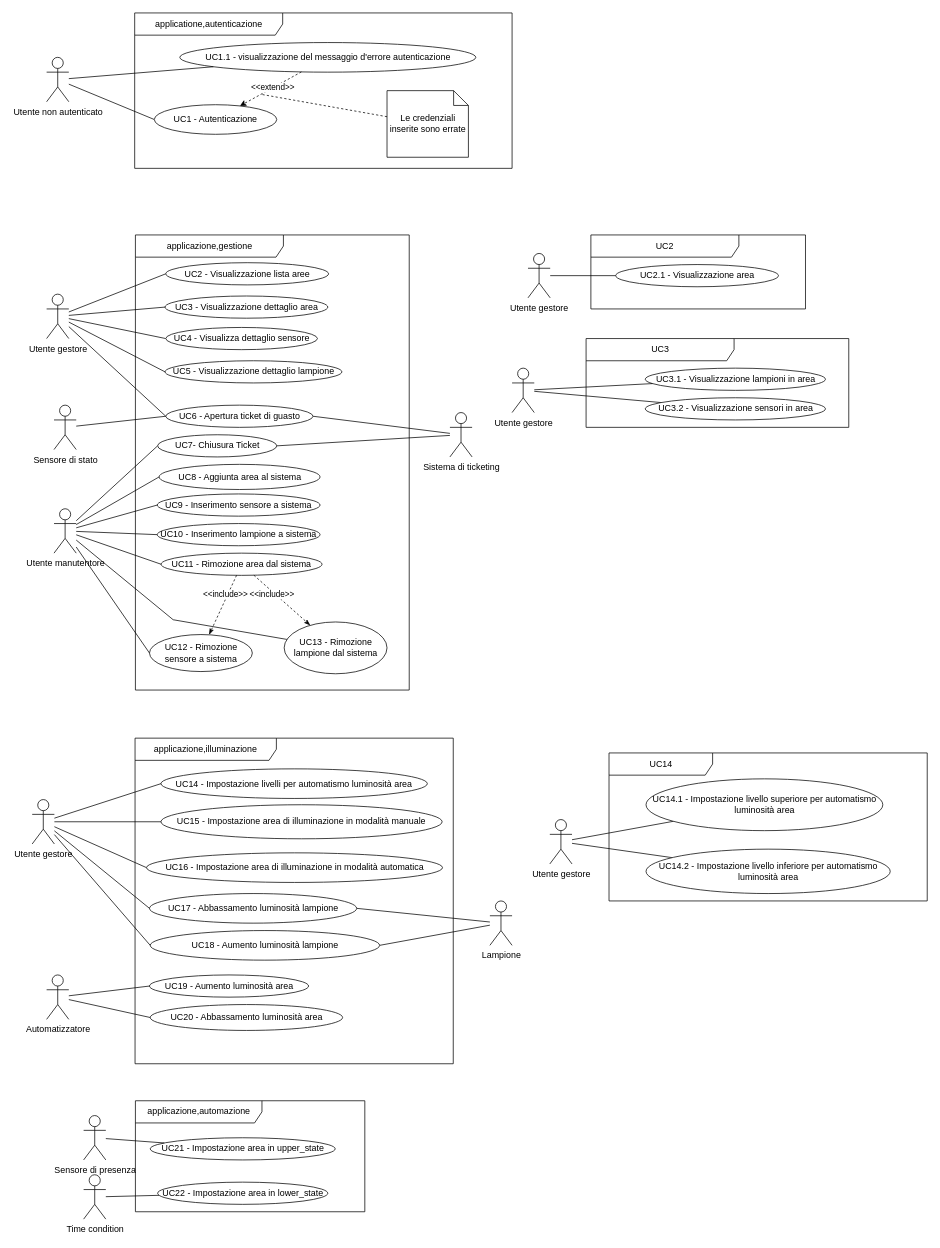
Above: page "OK" (1 of 8) of casi_uso_grafici.drawio in SWEasabi/analisi-dei-requisiti (draw.io), before the change. Source tidied: cells renumbered, new cells numbered last; positions are measured from the earlier drawing's top-left corner, leaving out a move shared by most shapes. Both pictures are drawn from the tidied source at 74%, with x=0, y=0 at pixel (32, 13).
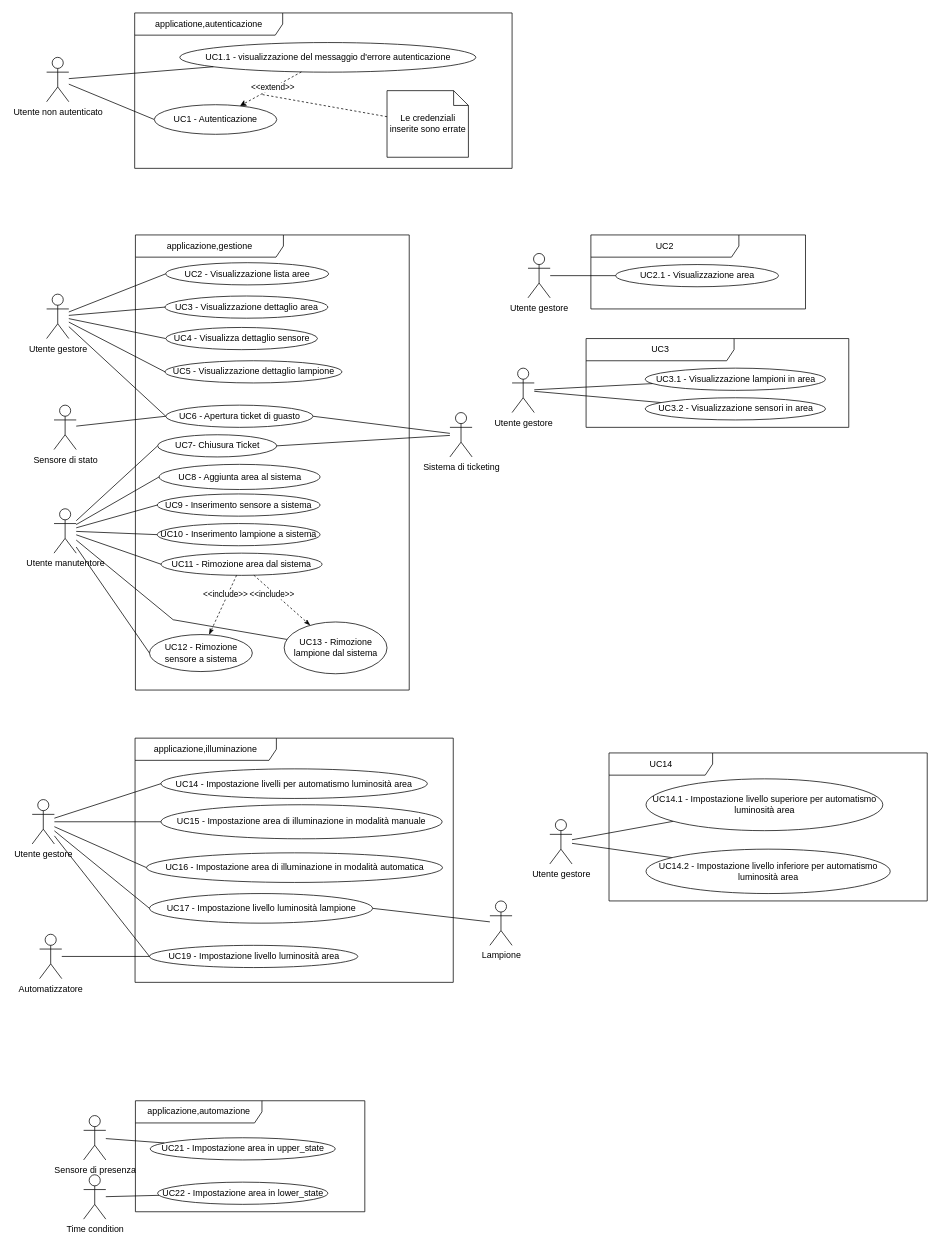
After the change.

The change refers to these unchanged cells:
```xml
<mxCell id="45" value="Lampione" style="shape=umlActor;verticalLabelPosition=bottom;verticalAlign=top;html=1;outlineConnect=0;" parent="1" vertex="1">
  <mxGeometry x="618.5" y="1200" width="30" height="60" as="geometry" />
</mxCell>
<mxCell id="78" value="Utente gestore" style="shape=umlActor;verticalLabelPosition=bottom;verticalAlign=top;html=1;outlineConnect=0;gradientColor=none;" parent="1" vertex="1">
  <mxGeometry y="1063" width="30" height="60" as="geometry" />
</mxCell>
```

The edit, as a diff of the source:
```diff
@@
     <mxCell id="2" value="applicazione,illuminazione" style="shape=umlFrame;whiteSpace=wrap;html=1;width=191;height=30;" parent="1" vertex="1">
-      <mxGeometry x="139" y="980" width="430" height="440" as="geometry" />
+      <mxGeometry x="139" y="980" width="430" height="330" as="geometry" />
     </mxCell>
@@
-    <mxCell id="39" style="edgeStyle=none;html=1;endArrow=none;endFill=0;exitX=1;exitY=0.5;exitDx=0;exitDy=0;" parent="1" edge="1" source="40" target="45">
-      <mxGeometry relative="1" as="geometry" />
-    </mxCell>
-    <mxCell id="40" value="UC18 - Aumento luminosità lampione" style="ellipse;whiteSpace=wrap;html=1;" parent="1" vertex="1">
-      <mxGeometry x="159.5" y="1240" width="310" height="40" as="geometry" />
-    </mxCell>
-    <mxCell id="41" value="UC19 - Aumento luminosità area" style="ellipse;whiteSpace=wrap;html=1;gradientColor=none;" parent="1" vertex="1">
-      <mxGeometry x="158.5" y="1300" width="215" height="30" as="geometry" />
+    <mxCell id="41" value="UC19 - Impostazione livello luminosità area" style="ellipse;whiteSpace=wrap;html=1;gradientColor=none;" parent="1" vertex="1">
+      <mxGeometry x="158.5" y="1260" width="281.5" height="30" as="geometry" />
     </mxCell>
@@
-    <mxCell id="43" value="UC17 - Abbassamento luminosità lampione" style="ellipse;whiteSpace=wrap;html=1;" parent="1" vertex="1">
-      <mxGeometry x="158.5" y="1190" width="280" height="40" as="geometry" />
+    <mxCell id="43" value="UC17 - Impostazione livello luminosità lampione" style="ellipse;whiteSpace=wrap;html=1;" parent="1" vertex="1">
+      <mxGeometry x="158.5" y="1190" width="301.5" height="40" as="geometry" />
     </mxCell>
-    <mxCell id="44" value="UC20 - Abbassamento luminosità area" style="ellipse;whiteSpace=wrap;html=1;" parent="1" vertex="1">
-      <mxGeometry x="159.5" y="1340" width="260" height="35" as="geometry" />
-    </mxCell>
@@
-    <mxCell id="47" style="edgeStyle=none;html=1;endArrow=none;endFill=0;entryX=0;entryY=0.5;entryDx=0;entryDy=0;" parent="1" edge="1" source="78" target="40">
+    <mxCell id="47" style="edgeStyle=none;html=1;endArrow=none;endFill=0;entryX=0;entryY=0.5;entryDx=0;entryDy=0;" parent="1" edge="1" source="78" target="41">
       <mxGeometry relative="1" as="geometry" />
     </mxCell>
@@
-    <mxCell id="49" style="edgeStyle=none;html=1;endArrow=none;endFill=0;entryX=0;entryY=0.5;entryDx=0;entryDy=0;" parent="1" edge="1" source="50" target="44">
-      <mxGeometry relative="1" as="geometry" />
-    </mxCell>
     <mxCell id="50" value="Automatizzatore" style="shape=umlActor;verticalLabelPosition=bottom;verticalAlign=top;html=1;outlineConnect=0;" parent="1" vertex="1">
-      <mxGeometry x="19.5" y="1300" width="30" height="60" as="geometry" />
+      <mxGeometry x="10" y="1245" width="30" height="60" as="geometry" />
     </mxCell>
```
